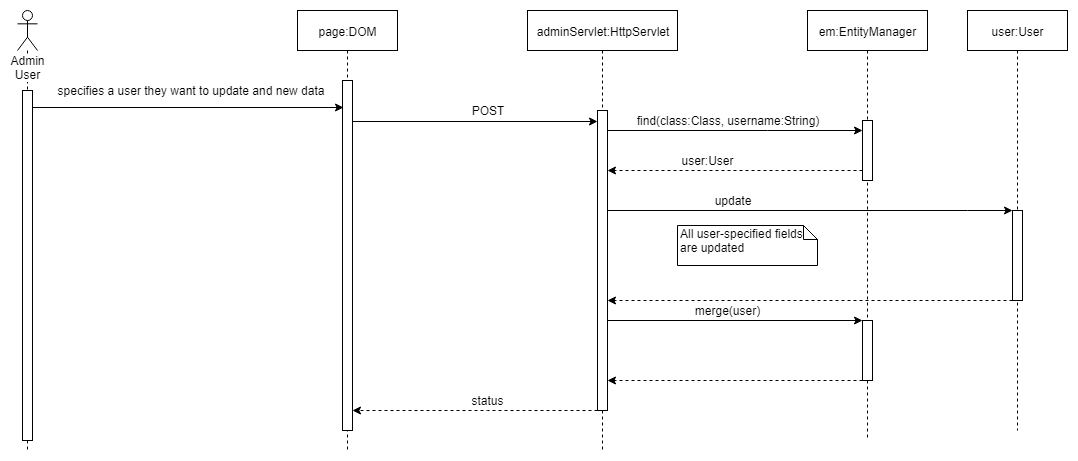
The draw.io diagram Presentation/SequenceDiagrams/46-1. Admin updates an existing user.png in Randypaquette13/CSE308New, before a commit. Source tidied: cells renumbered, new cells last; positions are measured from the earlier drawing's top-left corner, leaving out a move shared by most shapes.
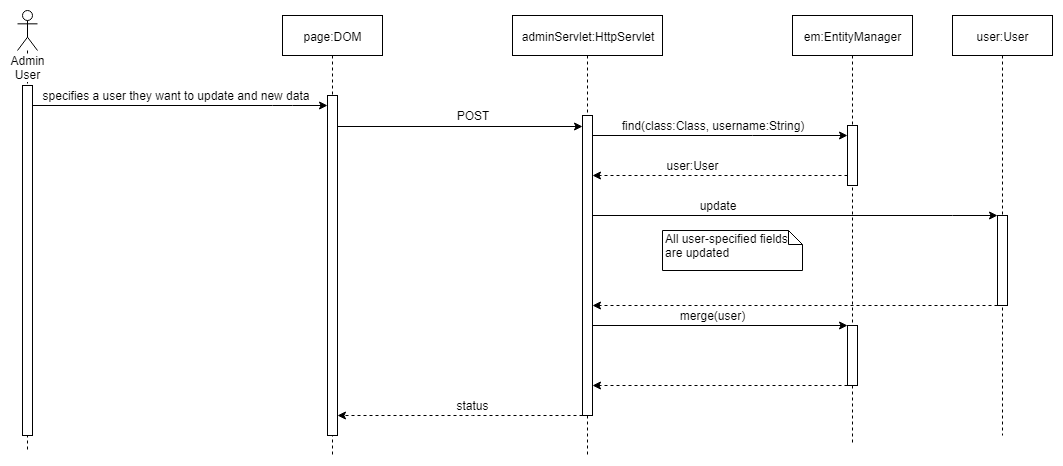
After the change.

What changed in the source:
```diff
@@ -6,13 +6,13 @@
       <mxGeometry x="280" width="100" height="440" as="geometry" />
     </mxCell>
     <mxCell id="3" style="html=1;points=[];perimeter=orthogonalPerimeter;" parent="2" vertex="1">
-      <mxGeometry x="45" y="70" width="10" height="350" as="geometry" />
+      <mxGeometry x="45" y="80" width="10" height="340" as="geometry" />
     </mxCell>
     <mxCell id="4" value="Admin User" style="shape=umlLifeline;participant=umlActor;perimeter=lifelinePerimeter;whiteSpace=wrap;html=1;verticalAlign=top;spacingTop=36;labelBackgroundColor=#ffffff;size=40;" parent="1" vertex="1">
-      <mxGeometry width="20" height="440" as="geometry" />
+      <mxGeometry x="15" y="-5" width="20" height="440" as="geometry" />
     </mxCell>
     <mxCell id="5" style="html=1;points=[];perimeter=orthogonalPerimeter;" parent="4" vertex="1">
-      <mxGeometry x="5" y="80" width="10" height="350" as="geometry" />
+      <mxGeometry x="5" y="75" width="10" height="350" as="geometry" />
     </mxCell>
     <mxCell id="6" value="specifies a user they want to update and new data" style="text;html=1;strokeColor=none;fillColor=none;align=center;verticalAlign=middle;whiteSpace=wrap;rounded=0;" parent="1" vertex="1">
       <mxGeometry x="32.5" y="70" width="280" height="20" as="geometry" />
@@ -44,8 +44,12 @@
     <mxCell id="15" value="status" style="text;html=1;strokeColor=none;fillColor=none;align=center;verticalAlign=middle;whiteSpace=wrap;rounded=0;" parent="1" vertex="1">
       <mxGeometry x="450" y="380" width="40" height="20" as="geometry" />
     </mxCell>
-    <mxCell id="16" style="endArrow=classic;html=1;entryX=0.14;entryY=0.078;entryDx=0;entryDy=0;entryPerimeter=0;" parent="1" edge="1" source="5" target="3">
-      <mxGeometry relative="1" as="geometry" />
+    <mxCell id="16" style="endArrow=classic;html=1;" parent="1" edge="1" source="5" target="3">
+      <mxGeometry relative="1" as="geometry">
+        <Array as="points">
+          <mxPoint x="280" y="90" />
+        </Array>
+      </mxGeometry>
     </mxCell>
     <mxCell id="17" style="endArrow=classic;html=1;dashed=1;" parent="1" edge="1" source="14" target="10">
       <mxGeometry relative="1" as="geometry">
```
